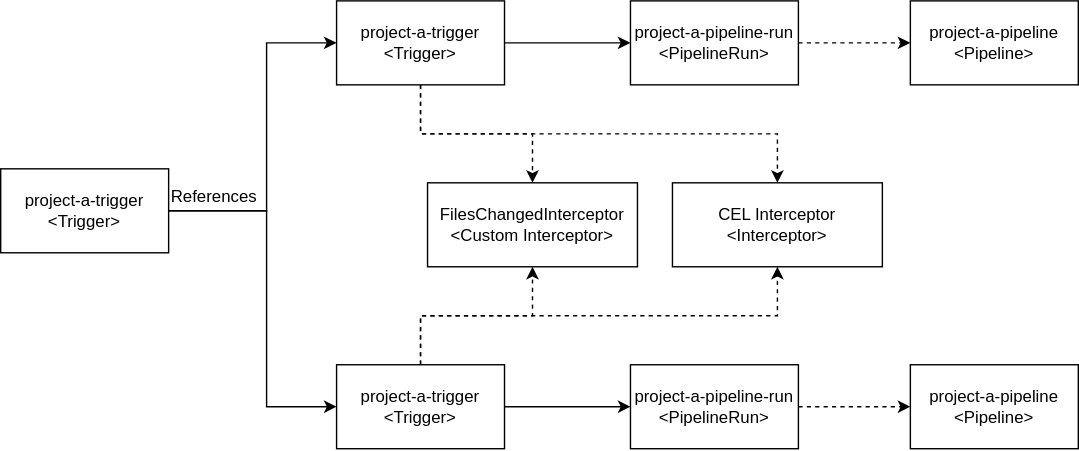
Above: src/pages/tekton-mono-repo/tekton-mono-components.svg in janakerman/janakerman (draw.io), before the change. Source tidied: cells renumbered, new cells last; positions are measured from the earlier drawing's top-left corner, leaving out a move shared by most shapes. Its diagram source:
```xml
<mxGraphModel>
  <root>
    <mxCell id="0" />
    <mxCell id="1" parent="0" />
    <mxCell id="2" style="edgeStyle=orthogonalEdgeStyle;rounded=0;jettySize=auto;html=1;exitX=1;exitY=0.5;exitDx=0;exitDy=0;entryX=0;entryY=0.5;entryDx=0;entryDy=0;" parent="1" edge="1" source="21" target="9">
      <mxGeometry relative="1" as="geometry">
        <Array as="points">
          <mxPoint x="190" y="150" />
          <mxPoint x="190" y="30" />
        </Array>
      </mxGeometry>
    </mxCell>
    <mxCell id="3" style="edgeStyle=orthogonalEdgeStyle;rounded=0;jettySize=auto;html=1;exitX=1;exitY=0.5;exitDx=0;exitDy=0;entryX=0;entryY=0.5;entryDx=0;entryDy=0;" parent="1" edge="1" source="21" target="13">
      <mxGeometry relative="1" as="geometry">
        <Array as="points">
          <mxPoint x="190" y="150" />
          <mxPoint x="190" y="290" />
        </Array>
      </mxGeometry>
    </mxCell>
    <mxCell id="4" value="References" style="text;html=1;strokeColor=none;fillColor=none;align=left;verticalAlign=middle;whiteSpace=wrap;rounded=0;" parent="1" vertex="1">
      <mxGeometry x="120" y="130" width="80" height="20" as="geometry" />
    </mxCell>
    <mxCell id="5" value="FilesChangedInterceptor&lt;br&gt;&amp;lt;Custom Interceptor&amp;gt;" style="rounded=0;whiteSpace=wrap;html=1;align=center;" parent="1" vertex="1">
      <mxGeometry x="305" y="130" width="150" height="60" as="geometry" />
    </mxCell>
    <mxCell id="6" style="edgeStyle=orthogonalEdgeStyle;rounded=0;jettySize=auto;html=1;exitX=0.5;exitY=1;exitDx=0;exitDy=0;entryX=0.5;entryY=0;entryDx=0;entryDy=0;dashed=1;" parent="1" edge="1" source="9" target="5">
      <mxGeometry relative="1" as="geometry" />
    </mxCell>
    <mxCell id="7" style="edgeStyle=orthogonalEdgeStyle;rounded=0;jettySize=auto;html=1;exitX=0.5;exitY=1;exitDx=0;exitDy=0;entryX=0.5;entryY=0;entryDx=0;entryDy=0;dashed=1;" parent="1" edge="1" source="9" target="20">
      <mxGeometry relative="1" as="geometry" />
    </mxCell>
    <mxCell id="8" style="edgeStyle=orthogonalEdgeStyle;rounded=0;jettySize=auto;html=1;exitX=1;exitY=0.5;exitDx=0;exitDy=0;entryX=0;entryY=0.5;entryDx=0;entryDy=0;" parent="1" edge="1" source="9" target="15">
      <mxGeometry relative="1" as="geometry" />
    </mxCell>
    <mxCell id="9" value="project-a-trigger&lt;br&gt;&amp;lt;Trigger&amp;gt;" style="rounded=0;whiteSpace=wrap;html=1;align=center;" parent="1" vertex="1">
      <mxGeometry x="240" width="120" height="60" as="geometry" />
    </mxCell>
    <mxCell id="10" style="edgeStyle=orthogonalEdgeStyle;rounded=0;jettySize=auto;html=1;exitX=0.5;exitY=0;exitDx=0;exitDy=0;entryX=0.5;entryY=1;entryDx=0;entryDy=0;dashed=1;" parent="1" edge="1" source="13" target="5">
      <mxGeometry relative="1" as="geometry" />
    </mxCell>
    <mxCell id="11" style="edgeStyle=orthogonalEdgeStyle;rounded=0;jettySize=auto;html=1;exitX=0.5;exitY=0;exitDx=0;exitDy=0;entryX=0.5;entryY=1;entryDx=0;entryDy=0;dashed=1;" parent="1" edge="1" source="13" target="20">
      <mxGeometry relative="1" as="geometry" />
    </mxCell>
    <mxCell id="12" style="edgeStyle=orthogonalEdgeStyle;rounded=0;jettySize=auto;html=1;exitX=1;exitY=0.5;exitDx=0;exitDy=0;entryX=0;entryY=0.5;entryDx=0;entryDy=0;" parent="1" edge="1" source="13" target="17">
      <mxGeometry relative="1" as="geometry" />
    </mxCell>
    <mxCell id="13" value="project-a-trigger&lt;br&gt;&amp;lt;Trigger&amp;gt;" style="rounded=0;whiteSpace=wrap;html=1;align=center;" parent="1" vertex="1">
      <mxGeometry x="240" y="260" width="120" height="60" as="geometry" />
    </mxCell>
    <mxCell id="14" style="edgeStyle=orthogonalEdgeStyle;rounded=0;jettySize=auto;html=1;exitX=1;exitY=0.5;exitDx=0;exitDy=0;entryX=0;entryY=0.5;entryDx=0;entryDy=0;dashed=1;" parent="1" edge="1" source="15" target="18">
      <mxGeometry relative="1" as="geometry" />
    </mxCell>
    <mxCell id="15" value="project-a-pipeline-run&lt;br&gt;&amp;lt;PipelineRun&amp;gt;" style="rounded=0;whiteSpace=wrap;html=1;align=center;" parent="1" vertex="1">
      <mxGeometry x="450" width="120" height="60" as="geometry" />
    </mxCell>
    <mxCell id="16" style="edgeStyle=orthogonalEdgeStyle;rounded=0;jettySize=auto;html=1;exitX=1;exitY=0.5;exitDx=0;exitDy=0;entryX=0;entryY=0.5;entryDx=0;entryDy=0;dashed=1;" parent="1" edge="1" source="17" target="19">
      <mxGeometry relative="1" as="geometry" />
    </mxCell>
    <mxCell id="17" value="project-a-pipeline-run&lt;br&gt;&amp;lt;PipelineRun&amp;gt;" style="rounded=0;whiteSpace=wrap;html=1;align=center;" parent="1" vertex="1">
      <mxGeometry x="450" y="260" width="120" height="60" as="geometry" />
    </mxCell>
    <mxCell id="18" value="project-a-pipeline&lt;br&gt;&amp;lt;Pipeline&amp;gt;" style="rounded=0;whiteSpace=wrap;html=1;align=center;" parent="1" vertex="1">
      <mxGeometry x="650" width="120" height="60" as="geometry" />
    </mxCell>
    <mxCell id="19" value="project-a-pipeline&lt;br&gt;&amp;lt;Pipeline&amp;gt;" style="rounded=0;whiteSpace=wrap;html=1;align=center;" parent="1" vertex="1">
      <mxGeometry x="650" y="260" width="120" height="60" as="geometry" />
    </mxCell>
    <mxCell id="20" value="CEL Interceptor&lt;br&gt;&amp;lt;Interceptor&amp;gt;" style="rounded=0;whiteSpace=wrap;html=1;align=center;" parent="1" vertex="1">
      <mxGeometry x="480" y="130" width="150" height="60" as="geometry" />
    </mxCell>
    <mxCell id="21" value="project-a-trigger&lt;br&gt;&amp;lt;Trigger&amp;gt;" style="rounded=0;whiteSpace=wrap;html=1;align=center;" parent="1" vertex="1">
      <mxGeometry y="120" width="120" height="60" as="geometry" />
    </mxCell>
  </root>
</mxGraphModel>
```
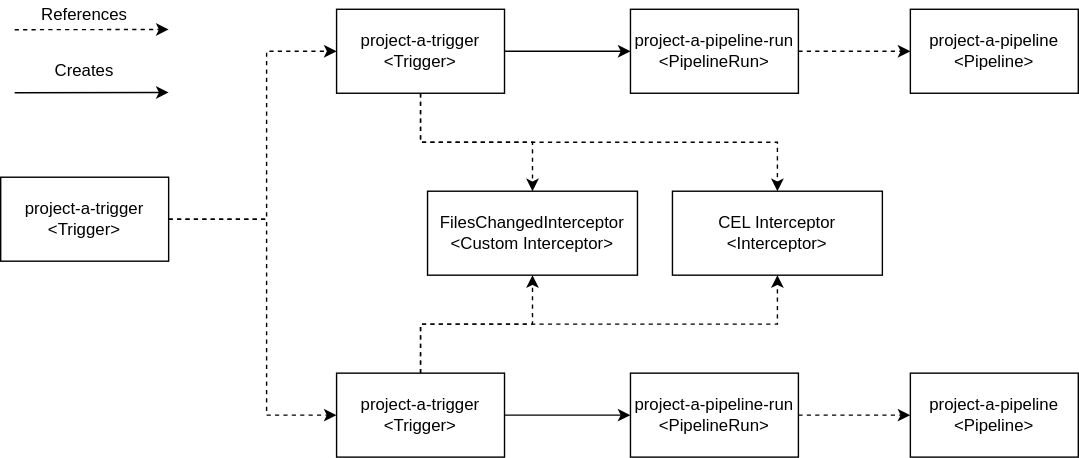
Later version of the same file.

Change to the diagram source:
```diff
@@ -2,7 +2,7 @@
   <root>
     <mxCell id="0" />
     <mxCell id="1" parent="0" />
-    <mxCell id="2" style="edgeStyle=orthogonalEdgeStyle;rounded=0;jettySize=auto;html=1;exitX=1;exitY=0.5;exitDx=0;exitDy=0;entryX=0;entryY=0.5;entryDx=0;entryDy=0;" parent="1" edge="1" source="21" target="9">
+    <mxCell id="2" style="edgeStyle=orthogonalEdgeStyle;rounded=0;jettySize=auto;html=1;exitX=1;exitY=0.5;exitDx=0;exitDy=0;entryX=0;entryY=0.5;entryDx=0;entryDy=0;dashed=1;" parent="1" edge="1" source="21" target="9">
       <mxGeometry relative="1" as="geometry">
         <Array as="points">
           <mxPoint x="190" y="150" />
@@ -10,7 +10,7 @@
         </Array>
       </mxGeometry>
     </mxCell>
-    <mxCell id="3" style="edgeStyle=orthogonalEdgeStyle;rounded=0;jettySize=auto;html=1;exitX=1;exitY=0.5;exitDx=0;exitDy=0;entryX=0;entryY=0.5;entryDx=0;entryDy=0;" parent="1" edge="1" source="21" target="13">
+    <mxCell id="3" style="edgeStyle=orthogonalEdgeStyle;rounded=0;jettySize=auto;html=1;exitX=1;exitY=0.5;exitDx=0;exitDy=0;entryX=0;entryY=0.5;entryDx=0;entryDy=0;dashed=1;" parent="1" edge="1" source="21" target="13">
       <mxGeometry relative="1" as="geometry">
         <Array as="points">
           <mxPoint x="190" y="150" />
@@ -18,8 +18,8 @@
         </Array>
       </mxGeometry>
     </mxCell>
-    <mxCell id="4" value="References" style="text;html=1;strokeColor=none;fillColor=none;align=left;verticalAlign=middle;whiteSpace=wrap;rounded=0;" parent="1" vertex="1">
-      <mxGeometry x="120" y="130" width="80" height="20" as="geometry" />
+    <mxCell id="4" value="References" style="text;html=1;strokeColor=none;fillColor=none;align=center;verticalAlign=middle;whiteSpace=wrap;rounded=0;" parent="1" vertex="1">
+      <mxGeometry x="20" y="-6" width="80" height="20" as="geometry" />
     </mxCell>
     <mxCell id="5" value="FilesChangedInterceptor&lt;br&gt;&amp;lt;Custom Interceptor&amp;gt;" style="rounded=0;whiteSpace=wrap;html=1;align=center;" parent="1" vertex="1">
       <mxGeometry x="305" y="130" width="150" height="60" as="geometry" />
@@ -72,5 +72,20 @@
     <mxCell id="21" value="project-a-trigger&lt;br&gt;&amp;lt;Trigger&amp;gt;" style="rounded=0;whiteSpace=wrap;html=1;align=center;" parent="1" vertex="1">
       <mxGeometry y="120" width="120" height="60" as="geometry" />
     </mxCell>
+    <mxCell id="22" style="endArrow=classic;html=1;dashed=1;" parent="1" edge="1">
+      <mxGeometry relative="1" as="geometry">
+        <mxPoint x="10" y="14.6" as="sourcePoint" />
+        <mxPoint x="120" y="14.4" as="targetPoint" />
+      </mxGeometry>
+    </mxCell>
+    <mxCell id="23" style="endArrow=classic;html=1;" parent="1" edge="1">
+      <mxGeometry relative="1" as="geometry">
+        <mxPoint x="10" y="59.6" as="sourcePoint" />
+        <mxPoint x="120" y="59.4" as="targetPoint" />
+      </mxGeometry>
+    </mxCell>
+    <mxCell id="24" value="Creates" style="text;html=1;strokeColor=none;fillColor=none;align=center;verticalAlign=middle;whiteSpace=wrap;rounded=0;" parent="1" vertex="1">
+      <mxGeometry x="20" y="34" width="80" height="20" as="geometry" />
+    </mxCell>
   </root>
 </mxGraphModel>
```
